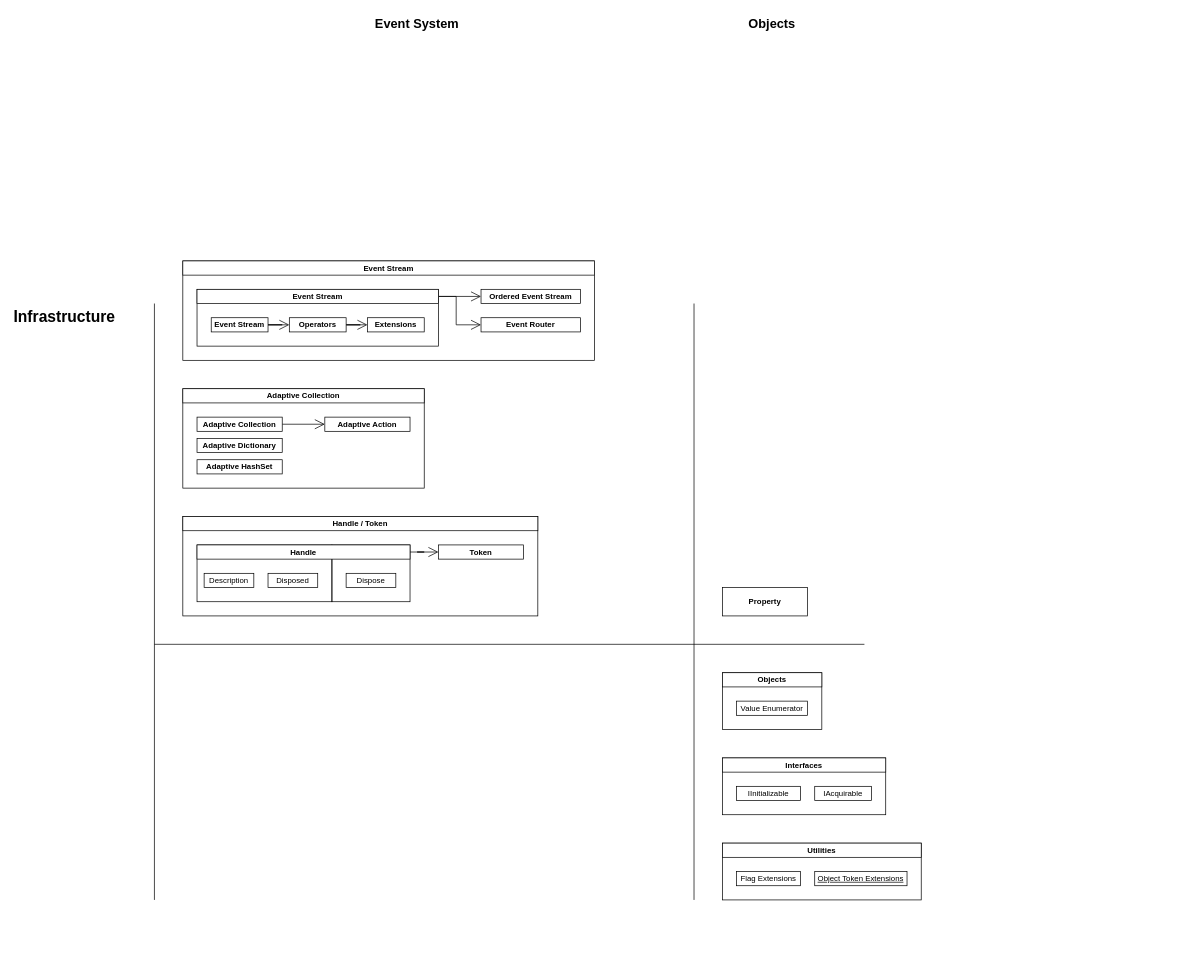
Above: page "Core" (2 of 2) of docs/02. UniEngine/UniEngine.drawio in dove-creative/uniengine (draw.io), before the change. Source tidied: cells renumbered, new cells numbered last; positions are measured from the earlier drawing's top-left corner, leaving out a move shared by most shapes. Both pictures are drawn from the tidied source at 71%, with x=0, y=0 at pixel (12, 12).
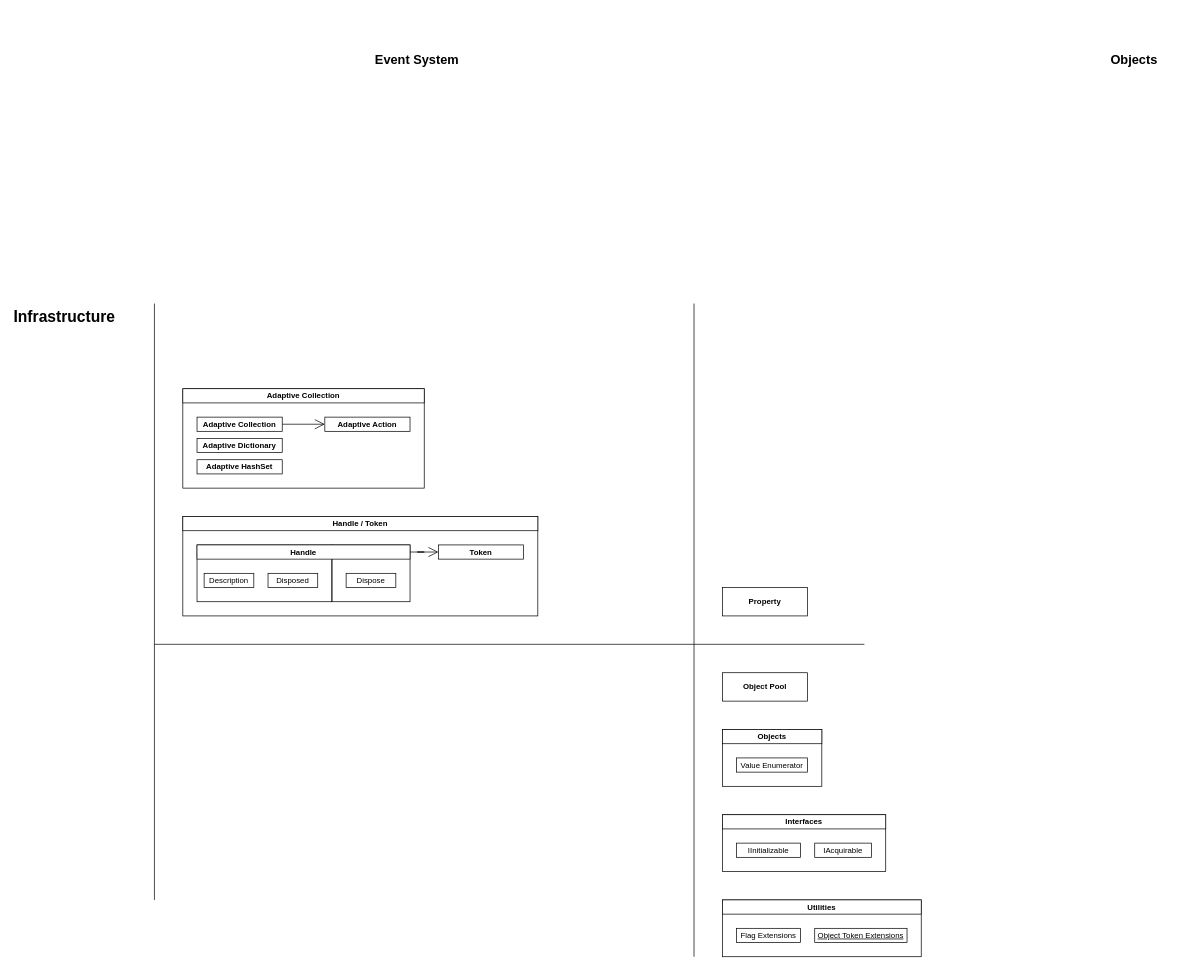
The same page after the edit.

What changed in the source:
```diff
@@
-    <mxCell id="2" style="rounded=0;whiteSpace=wrap;html=1;fontFamily=Helvetica;fontSize=11;fontColor=default;labelBackgroundColor=default;fillColor=none;" parent="1" vertex="1">
-      <mxGeometry x="240" y="350" width="580" height="140" as="geometry" />
-    </mxCell>
-    <mxCell id="3" style="rounded=0;whiteSpace=wrap;html=1;fontFamily=Helvetica;fontSize=11;fontColor=default;labelBackgroundColor=default;fillColor=none;" parent="1" vertex="1">
-      <mxGeometry x="260" y="390" width="340" height="80" as="geometry" />
-    </mxCell>
@@
     <mxCell id="8" style="rounded=0;whiteSpace=wrap;html=1;fontFamily=Helvetica;fontSize=11;fontColor=default;labelBackgroundColor=default;fillColor=none;" parent="1" vertex="1">
-      <mxGeometry x="1000" y="1170" width="280" height="80" as="geometry" />
+      <mxGeometry x="1000" y="1250" width="280" height="80" as="geometry" />
     </mxCell>
@@
     <mxCell id="10" value="&lt;h1 style=&quot;margin-top: 0px;&quot;&gt;Event System&lt;/h1&gt;" style="text;html=1;whiteSpace=wrap;overflow=hidden;rounded=0;fontFamily=Helvetica;fontSize=9;fontColor=default;labelBackgroundColor=none;align=center;verticalAlign=top;" parent="1" vertex="1">
-      <mxGeometry x="490" width="160" height="40" as="geometry" />
+      <mxGeometry x="490" y="50" width="160" height="40" as="geometry" />
     </mxCell>
@@
     <mxCell id="12" value="&lt;div style=&quot;text-align: right;&quot;&gt;Flag Extensions&lt;/div&gt;" style="rounded=0;whiteSpace=wrap;html=1;fontFamily=Helvetica;fontSize=11;fontColor=default;labelBackgroundColor=default;" parent="1" vertex="1">
-      <mxGeometry x="1020" y="1210" width="90" height="20" as="geometry" />
+      <mxGeometry x="1020" y="1290" width="90" height="20" as="geometry" />
     </mxCell>
     <mxCell id="13" value="&lt;div style=&quot;text-align: right;&quot;&gt;&lt;u&gt;Object Token Extensions&lt;/u&gt;&lt;/div&gt;" style="rounded=0;whiteSpace=wrap;html=1;fontFamily=Helvetica;fontSize=11;fontColor=default;labelBackgroundColor=default;" parent="1" vertex="1">
-      <mxGeometry x="1130" y="1210" width="130" height="20" as="geometry" />
+      <mxGeometry x="1130" y="1290" width="130" height="20" as="geometry" />
     </mxCell>
     <mxCell id="14" value="&lt;h1 style=&quot;margin-top: 0px;&quot;&gt;Objects&lt;/h1&gt;" style="text;html=1;whiteSpace=wrap;overflow=hidden;rounded=0;fontFamily=Helvetica;fontSize=9;fontColor=default;labelBackgroundColor=none;align=center;verticalAlign=top;" parent="1" vertex="1">
-      <mxGeometry x="990" width="160" height="40" as="geometry" />
+      <mxGeometry x="1500" y="50" width="160" height="40" as="geometry" />
     </mxCell>
     <mxCell id="15" style="endArrow=none;html=1;rounded=0;strokeColor=default;align=center;verticalAlign=middle;fontFamily=Helvetica;fontSize=11;fontColor=default;labelBackgroundColor=default;defaultLabelBackgroundColor=page;startSize=12;endSize=12;" parent="1" edge="1">
       <mxGeometry relative="1" as="geometry">
-        <mxPoint x="960" y="1250" as="sourcePoint" />
+        <mxPoint x="960" y="1330" as="sourcePoint" />
         <mxPoint x="960" y="410" as="targetPoint" />
       </mxGeometry>
     </mxCell>
@@
     <mxCell id="17" style="rounded=0;whiteSpace=wrap;html=1;fontFamily=Helvetica;fontSize=11;fontColor=default;labelBackgroundColor=default;fillColor=none;" parent="1" vertex="1">
-      <mxGeometry x="1000" y="1050" width="230" height="80" as="geometry" />
+      <mxGeometry x="1000" y="1130" width="230" height="80" as="geometry" />
     </mxCell>
     <mxCell id="18" value="&lt;div style=&quot;text-align: right;&quot;&gt;IInitializable&lt;/div&gt;" style="rounded=0;whiteSpace=wrap;html=1;fontFamily=Helvetica;fontSize=11;fontColor=default;labelBackgroundColor=default;" parent="1" vertex="1">
-      <mxGeometry x="1020" y="1090" width="90" height="20" as="geometry" />
+      <mxGeometry x="1020" y="1170" width="90" height="20" as="geometry" />
     </mxCell>
     <mxCell id="19" value="&lt;div style=&quot;text-align: right;&quot;&gt;IAcquirable&lt;/div&gt;" style="rounded=0;whiteSpace=wrap;html=1;fontFamily=Helvetica;fontSize=11;fontColor=default;labelBackgroundColor=default;" parent="1" vertex="1">
-      <mxGeometry x="1130" y="1090" width="80" height="20" as="geometry" />
+      <mxGeometry x="1130" y="1170" width="80" height="20" as="geometry" />
     </mxCell>
@@
     <mxCell id="34" style="rounded=0;whiteSpace=wrap;html=1;fontFamily=Helvetica;fontSize=11;fontColor=default;labelBackgroundColor=default;fillColor=none;" parent="1" vertex="1">
-      <mxGeometry x="1000" y="930" width="140" height="80" as="geometry" />
+      <mxGeometry x="1000" y="1010" width="140" height="80" as="geometry" />
     </mxCell>
     <mxCell id="35" value="&lt;div style=&quot;text-align: right;&quot;&gt;Value Enumerator&lt;/div&gt;" style="rounded=0;whiteSpace=wrap;html=1;fontFamily=Helvetica;fontSize=11;fontColor=default;labelBackgroundColor=default;" parent="1" vertex="1">
-      <mxGeometry x="1020" y="970" width="100" height="20" as="geometry" />
+      <mxGeometry x="1020" y="1050" width="100" height="20" as="geometry" />
     </mxCell>
-    <mxCell id="36" value="&lt;div style=&quot;text-align: right;&quot;&gt;&lt;b&gt;Event Stream&lt;/b&gt;&lt;/div&gt;" style="rounded=0;whiteSpace=wrap;html=1;fontFamily=Helvetica;fontSize=11;fontColor=default;labelBackgroundColor=default;" parent="1" vertex="1">
-      <mxGeometry x="240" y="350" width="580" height="20" as="geometry" />
-    </mxCell>
-    <mxCell id="37" style="edgeStyle=orthogonalEdgeStyle;shape=connector;rounded=0;jettySize=auto;html=1;entryX=0;entryY=0.5;entryDx=0;entryDy=0;strokeColor=default;align=center;verticalAlign=middle;fontFamily=Helvetica;fontSize=11;fontColor=default;labelBackgroundColor=default;defaultLabelBackgroundColor=page;startArrow=none;startFill=0;startSize=12;endArrow=open;endFill=0;endSize=12;" parent="1" edge="1" source="39" target="45">
-      <mxGeometry relative="1" as="geometry" />
-    </mxCell>
-    <mxCell id="38" style="edgeStyle=orthogonalEdgeStyle;shape=connector;rounded=0;jettySize=auto;html=1;entryX=0;entryY=0.5;entryDx=0;entryDy=0;strokeColor=default;align=center;verticalAlign=middle;fontFamily=Helvetica;fontSize=11;fontColor=default;labelBackgroundColor=default;defaultLabelBackgroundColor=page;startArrow=none;startFill=0;startSize=12;endArrow=open;endFill=0;endSize=12;" parent="1" edge="1" source="39" target="46">
-      <mxGeometry relative="1" as="geometry" />
-    </mxCell>
-    <mxCell id="39" value="&lt;div style=&quot;text-align: right;&quot;&gt;&lt;b&gt;Event Stream&lt;/b&gt;&lt;/div&gt;" style="rounded=0;whiteSpace=wrap;html=1;fontFamily=Helvetica;fontSize=11;fontColor=default;labelBackgroundColor=default;" parent="1" vertex="1">
-      <mxGeometry x="260" y="390" width="340" height="20" as="geometry" />
-    </mxCell>
-    <mxCell id="40" style="edgeStyle=orthogonalEdgeStyle;shape=connector;rounded=0;jettySize=auto;html=1;entryX=0;entryY=0.5;entryDx=0;entryDy=0;strokeColor=default;align=center;verticalAlign=middle;fontFamily=Helvetica;fontSize=11;fontColor=default;labelBackgroundColor=default;defaultLabelBackgroundColor=page;startArrow=none;startFill=0;startSize=12;endArrow=open;endFill=0;endSize=12;" parent="1" edge="1" source="41" target="44">
-      <mxGeometry relative="1" as="geometry" />
-    </mxCell>
-    <mxCell id="41" value="&lt;div style=&quot;text-align: right;&quot;&gt;&lt;b&gt;Event Stream&lt;/b&gt;&lt;/div&gt;" style="rounded=0;whiteSpace=wrap;html=1;fontFamily=Helvetica;fontSize=11;fontColor=default;labelBackgroundColor=default;" parent="1" vertex="1">
-      <mxGeometry x="280" y="430" width="80" height="20" as="geometry" />
-    </mxCell>
-    <mxCell id="42" value="&lt;div style=&quot;text-align: right;&quot;&gt;&lt;b&gt;Extensions&lt;/b&gt;&lt;/div&gt;" style="rounded=0;whiteSpace=wrap;html=1;fontFamily=Helvetica;fontSize=11;fontColor=default;labelBackgroundColor=default;" parent="1" vertex="1">
-      <mxGeometry x="500" y="430" width="80" height="20" as="geometry" />
-    </mxCell>
-    <mxCell id="43" style="edgeStyle=orthogonalEdgeStyle;shape=connector;rounded=0;jettySize=auto;html=1;strokeColor=default;align=center;verticalAlign=middle;fontFamily=Helvetica;fontSize=11;fontColor=default;labelBackgroundColor=default;defaultLabelBackgroundColor=page;startArrow=none;startFill=0;startSize=12;endArrow=open;endFill=0;endSize=12;" parent="1" edge="1" source="44" target="42">
-      <mxGeometry relative="1" as="geometry" />
-    </mxCell>
-    <mxCell id="44" value="&lt;div style=&quot;text-align: right;&quot;&gt;&lt;b&gt;Operators&lt;/b&gt;&lt;/div&gt;" style="rounded=0;whiteSpace=wrap;html=1;fontFamily=Helvetica;fontSize=11;fontColor=default;labelBackgroundColor=default;" parent="1" vertex="1">
-      <mxGeometry x="390" y="430" width="80" height="20" as="geometry" />
-    </mxCell>
-    <mxCell id="45" value="&lt;div style=&quot;text-align: right;&quot;&gt;&lt;b&gt;Ordered Event Stream&lt;/b&gt;&lt;/div&gt;" style="rounded=0;whiteSpace=wrap;html=1;fontFamily=Helvetica;fontSize=11;fontColor=default;labelBackgroundColor=default;" parent="1" vertex="1">
-      <mxGeometry x="660" y="390" width="140" height="20" as="geometry" />
-    </mxCell>
-    <mxCell id="46" value="&lt;div style=&quot;text-align: right;&quot;&gt;&lt;b&gt;Event Router&lt;/b&gt;&lt;/div&gt;" style="rounded=0;whiteSpace=wrap;html=1;fontFamily=Helvetica;fontSize=11;fontColor=default;labelBackgroundColor=default;" parent="1" vertex="1">
-      <mxGeometry x="660" y="430" width="140" height="20" as="geometry" />
-    </mxCell>
     <mxCell id="47" value="&lt;div style=&quot;text-align: right;&quot;&gt;&lt;b&gt;Objects&lt;/b&gt;&lt;/div&gt;" style="rounded=0;whiteSpace=wrap;html=1;fontFamily=Helvetica;fontSize=11;fontColor=default;labelBackgroundColor=default;" parent="1" vertex="1">
-      <mxGeometry x="1000" y="930" width="140" height="20" as="geometry" />
+      <mxGeometry x="1000" y="1010" width="140" height="20" as="geometry" />
     </mxCell>
     <mxCell id="48" value="&lt;div style=&quot;text-align: right;&quot;&gt;&lt;b style=&quot;text-align: center;&quot;&gt;Interfaces&lt;/b&gt;&lt;/div&gt;" style="rounded=0;whiteSpace=wrap;html=1;fontFamily=Helvetica;fontSize=11;fontColor=default;labelBackgroundColor=default;" parent="1" vertex="1">
-      <mxGeometry x="1000" y="1050" width="230" height="20" as="geometry" />
+      <mxGeometry x="1000" y="1130" width="230" height="20" as="geometry" />
     </mxCell>
     <mxCell id="49" value="&lt;div style=&quot;text-align: right;&quot;&gt;&lt;b style=&quot;text-align: center;&quot;&gt;Utilities&lt;/b&gt;&lt;/div&gt;" style="rounded=0;whiteSpace=wrap;html=1;fontFamily=Helvetica;fontSize=11;fontColor=default;labelBackgroundColor=default;" parent="1" vertex="1">
-      <mxGeometry x="1000" y="1170" width="280" height="20" as="geometry" />
+      <mxGeometry x="1000" y="1250" width="280" height="20" as="geometry" />
     </mxCell>
+    <mxCell id="50" value="&lt;div style=&quot;text-align: right;&quot;&gt;&lt;b&gt;Object Pool&lt;/b&gt;&lt;/div&gt;" style="rounded=0;whiteSpace=wrap;html=1;fontFamily=Helvetica;fontSize=11;fontColor=default;labelBackgroundColor=default;" parent="1" vertex="1">
+      <mxGeometry x="1000" y="930" width="120" height="40" as="geometry" />
+    </mxCell>
```
